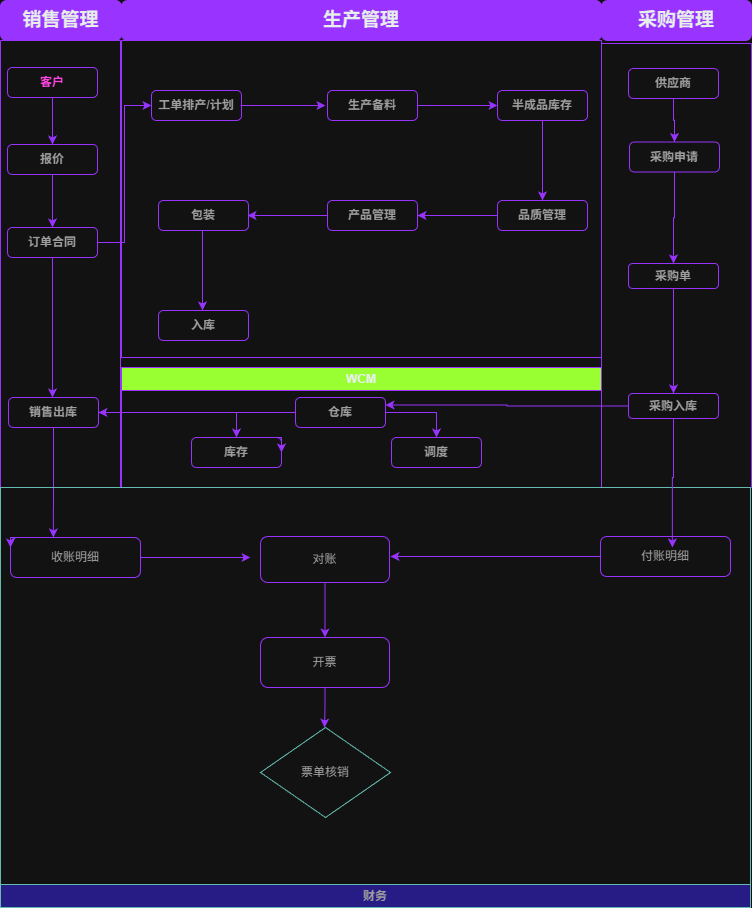
This is Service.png from jack-ningtz/KatolecService, a draw.io export, as it was before one commit. Source tidied: cells renumbered, new cells last; positions are measured from the earlier drawing's top-left corner, leaving out a move shared by most shapes.
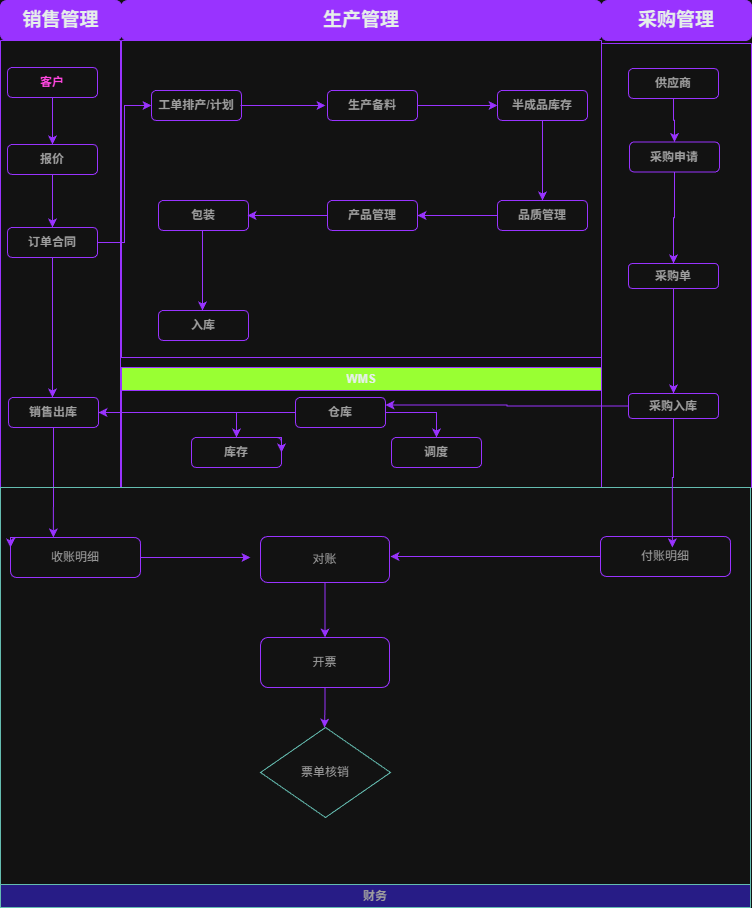
Later version of the same file.

Diff of the diagram source:
```diff
@@ -64,7 +64,7 @@
     <mxCell id="19" value="&lt;b&gt;&lt;font style=&quot;color: light-dark(rgb(0, 0, 0), rgb(255, 70, 224)); --darkreader-inline-color: var(--darkreader-text-ff46e0, #ff4be1);&quot;&gt;客户&lt;/font&gt;&lt;/b&gt;" style="rounded=1;whiteSpace=wrap;html=1;fillStyle=auto;fontColor=light-dark(#5C5C5C,#E6EFEA);labelBackgroundColor=none;fontFamily=Helvetica;fillColor=none;strokeColor=light-dark(#006658,#9933FF);" parent="1" vertex="1">
       <mxGeometry x="7" y="67" width="90" height="30" as="geometry" />
     </mxCell>
-    <mxCell id="20" value="&lt;span&gt;WCM&lt;/span&gt;" style="swimlane;whiteSpace=wrap;html=1;labelBackgroundColor=none;fillColor=light-dark(#21C0A5,#99FF33);strokeColor=light-dark(#006658,#9933FF);fontColor=light-dark(#5C5C5C,#E6EFEA);" parent="1" vertex="1">
+    <mxCell id="20" value="WMS" style="swimlane;whiteSpace=wrap;html=1;labelBackgroundColor=none;fillColor=light-dark(#21C0A5,#99FF33);strokeColor=light-dark(#006658,#9933FF);fontColor=light-dark(#5C5C5C,#E6EFEA);" parent="1" vertex="1">
       <mxGeometry x="121" y="367" width="480" height="120" as="geometry" />
     </mxCell>
     <mxCell id="21" value="&lt;b&gt;仓库&lt;/b&gt;" style="rounded=1;whiteSpace=wrap;html=1;fillStyle=auto;fontColor=#5C5C5C;labelBackgroundColor=none;fontFamily=Helvetica;fillColor=light-dark(#21C0A5,transparent);strokeColor=light-dark(#006658,#9933FF);" parent="20" vertex="1">
```
